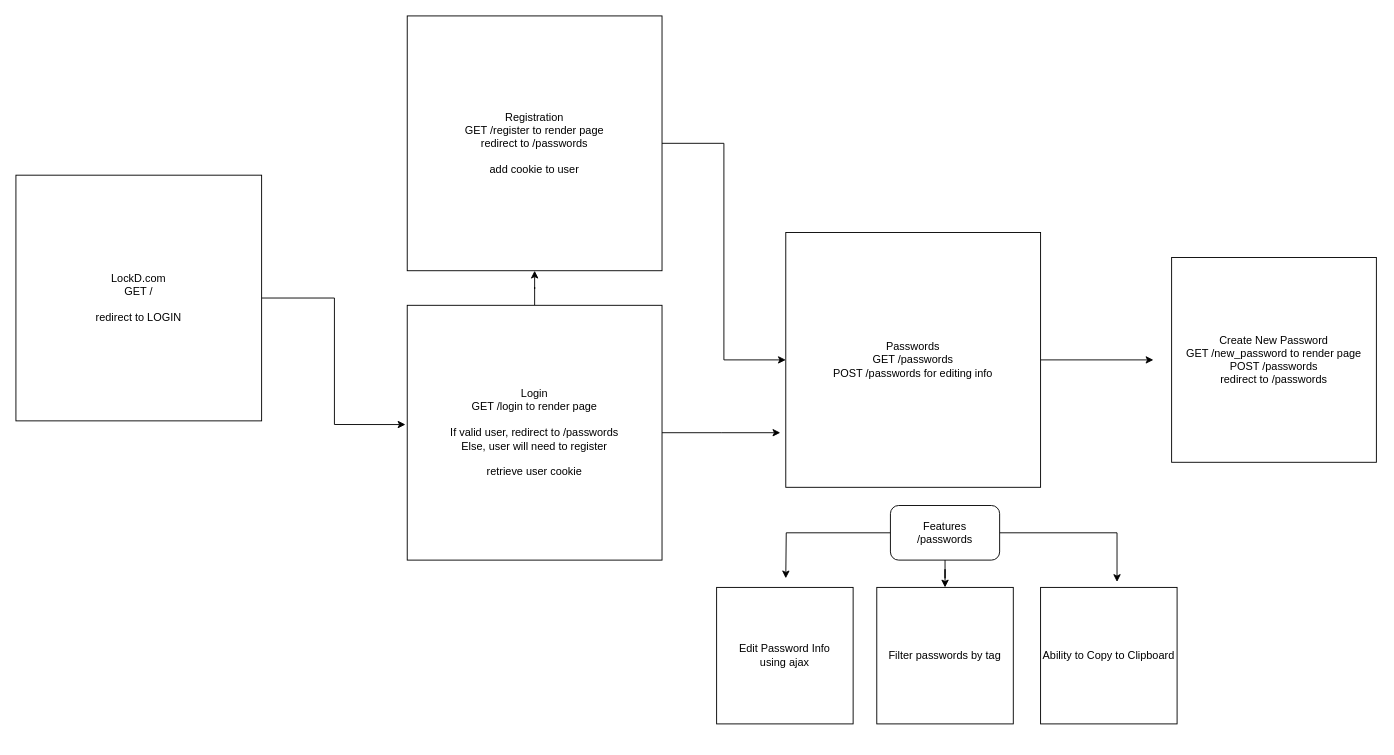
Above: routes/LockD Routes.drawio in Law86/PasswordKeepR (draw.io), before the change. Source tidied: cells renumbered, new cells numbered last; positions are measured from the earlier drawing's top-left corner, leaving out a move shared by most shapes. Both pictures are drawn from the tidied source at 91%, with x=0, y=0 at pixel (15, 15).
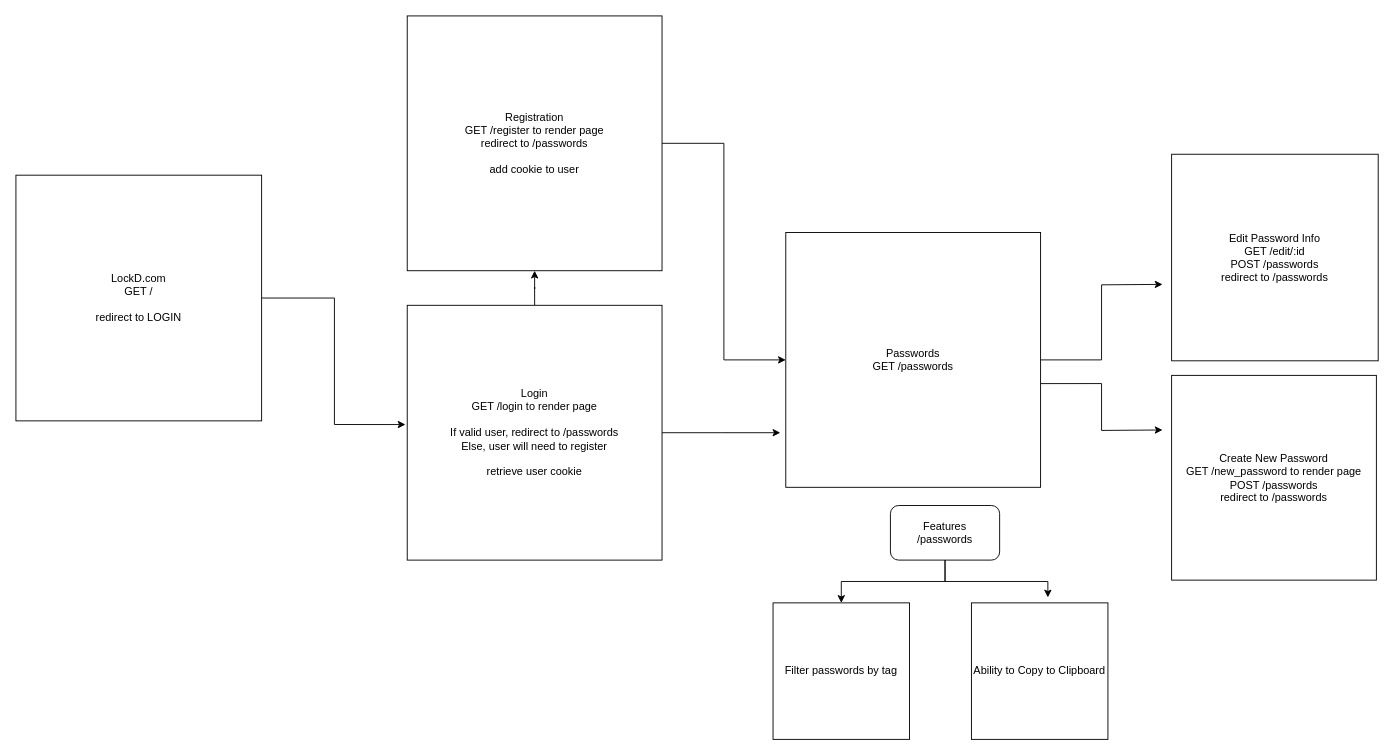
The same diagram, later.

Unchanged cells that the change refers to:
```xml
<mxCell id="15" value="Features&lt;br&gt;/passwords" style="rounded=1;whiteSpace=wrap;html=1;" parent="1" vertex="1">
  <mxGeometry x="961" y="538" width="120" height="60" as="geometry" />
</mxCell>
```

Diff of the diagram source:
```diff
@@
-    <mxCell id="4" style="edgeStyle=orthogonalEdgeStyle;rounded=0;jettySize=auto;html=1;" parent="1" edge="1" source="5">
+    <mxCell id="4" style="edgeStyle=orthogonalEdgeStyle;rounded=0;jettySize=auto;html=1;exitX=1;exitY=0.593;exitDx=0;exitDy=0;exitPerimeter=0;" parent="1" edge="1" source="5">
       <mxGeometry relative="1" as="geometry">
-        <mxPoint x="1250" y="378" as="targetPoint" />
+        <mxPoint x="1260" y="455" as="targetPoint" />
       </mxGeometry>
     </mxCell>
+    <mxCell id="19" style="edgeStyle=orthogonalEdgeStyle;rounded=0;jettySize=auto;html=1;" parent="1" edge="1" source="5">
+      <mxGeometry relative="1" as="geometry">
+        <mxPoint x="1260" y="295" as="targetPoint" />
+      </mxGeometry>
+    </mxCell>
-    <mxCell id="5" value="Passwords&lt;br&gt;GET /passwords&lt;br&gt;POST /passwords for editing info" style="whiteSpace=wrap;html=1;" parent="1" vertex="1">
+    <mxCell id="5" value="Passwords&lt;br&gt;GET /passwords" style="whiteSpace=wrap;html=1;" parent="1" vertex="1">
       <mxGeometry x="846" y="238" width="280" height="280" as="geometry" />
     </mxCell>
@@
     <mxCell id="8" value="Create New Password&lt;br&gt;GET /new_password to render page&lt;br&gt;POST /passwords&lt;br&gt;redirect to /passwords" style="whiteSpace=wrap;html=1;" parent="1" vertex="1">
-      <mxGeometry x="1270" y="265.5" width="225" height="225" as="geometry" />
+      <mxGeometry x="1270" y="395" width="225" height="225" as="geometry" />
     </mxCell>
-    <mxCell id="9" value="Edit Password Info&lt;br&gt;using ajax" style="whiteSpace=wrap;html=1;" parent="1" vertex="1">
-      <mxGeometry x="770" y="628" width="150" height="150" as="geometry" />
+    <mxCell id="9" value="Edit Password Info&lt;br&gt;GET /edit/:id&lt;br&gt;POST /passwords&lt;br&gt;redirect to /passwords" style="whiteSpace=wrap;html=1;" parent="1" vertex="1">
+      <mxGeometry x="1270" y="152" width="227" height="227" as="geometry" />
     </mxCell>
     <mxCell id="10" value="Ability to Copy to Clipboard" style="whiteSpace=wrap;html=1;" parent="1" vertex="1">
-      <mxGeometry x="1126" y="628" width="150" height="150" as="geometry" />
+      <mxGeometry x="1050" y="645" width="150" height="150" as="geometry" />
     </mxCell>
     <mxCell id="11" value="Filter passwords by tag" style="whiteSpace=wrap;html=1;" parent="1" vertex="1">
-      <mxGeometry x="946" y="628" width="150" height="150" as="geometry" />
+      <mxGeometry x="832" y="645" width="150" height="150" as="geometry" />
     </mxCell>
@@
-    <mxCell id="13" style="edgeStyle=orthogonalEdgeStyle;rounded=0;jettySize=auto;html=1;" parent="1" edge="1" source="15">
-      <mxGeometry relative="1" as="geometry">
-        <mxPoint x="846" y="618" as="targetPoint" />
-      </mxGeometry>
-    </mxCell>
```
